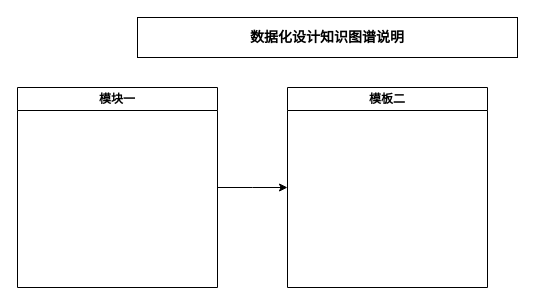
Above: 数据化建设知识图谱-1.drawio in Nicole-ye-90/DPM (draw.io), before the change. Source tidied: cells renumbered, new cells numbered last; positions are measured from the earlier drawing's top-left corner, leaving out a move shared by most shapes. Both pictures are drawn from the tidied source at 100%, with x=0, y=0 at pixel (17, 17).
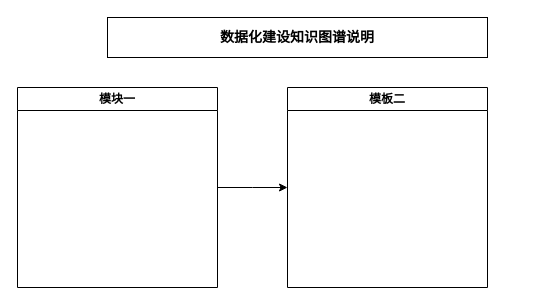
The same page after the edit.

Commit message (it also covers changes not shown here):
更新数据化建设知识图谱-1.drawio

What changed in the source:
```diff
@@
 <mxGraphModel>
   <root>
     <mxCell id="0" />
     <mxCell id="1" parent="0" />
-    <mxCell id="2" value="&lt;font style=&quot;vertical-align: inherit; font-size: 14px;&quot;&gt;&lt;font style=&quot;vertical-align: inherit; font-size: 14px;&quot;&gt;&lt;font style=&quot;vertical-align: inherit; font-size: 14px;&quot;&gt;&lt;font style=&quot;vertical-align: inherit; font-size: 14px;&quot;&gt;&lt;font style=&quot;vertical-align: inherit; font-size: 14px;&quot;&gt;&lt;font style=&quot;vertical-align: inherit; font-size: 14px;&quot;&gt;数据化设计知识图谱说明&lt;/font&gt;&lt;/font&gt;&lt;/font&gt;&lt;/font&gt;&lt;/font&gt;&lt;/font&gt;" style="rounded=0;whiteSpace=wrap;html=1;fontSize=14;fontStyle=1;" parent="1" vertex="1">
-      <mxGeometry x="120" width="380" height="40" as="geometry" />
+    <mxCell id="2" value="&lt;font style=&quot;vertical-align: inherit; font-size: 14px;&quot;&gt;&lt;font style=&quot;vertical-align: inherit; font-size: 14px;&quot;&gt;&lt;font style=&quot;vertical-align: inherit; font-size: 14px;&quot;&gt;&lt;font style=&quot;vertical-align: inherit; font-size: 14px;&quot;&gt;&lt;font style=&quot;vertical-align: inherit; font-size: 14px;&quot;&gt;&lt;font style=&quot;vertical-align: inherit; font-size: 14px;&quot;&gt;数据化建设知识图谱说明&lt;/font&gt;&lt;/font&gt;&lt;/font&gt;&lt;/font&gt;&lt;/font&gt;&lt;/font&gt;" style="rounded=0;whiteSpace=wrap;html=1;fontSize=14;fontStyle=1;" parent="1" vertex="1">
+      <mxGeometry x="90" width="380" height="40" as="geometry" />
     </mxCell>
     <mxCell id="3" style="edgeStyle=orthogonalEdgeStyle;rounded=0;jettySize=auto;html=1;" parent="1" edge="1" source="4">
       <mxGeometry relative="1" as="geometry">
         <mxPoint x="270" y="170" as="targetPoint" />
       </mxGeometry>
     </mxCell>
     <mxCell id="4" value="模块一" style="swimlane;whiteSpace=wrap;html=1;" parent="1" vertex="1">
       <mxGeometry y="70" width="200" height="200" as="geometry" />
     </mxCell>
     <mxCell id="5" value="模板二" style="swimlane;whiteSpace=wrap;html=1;" parent="1" vertex="1">
       <mxGeometry x="270" y="70" width="200" height="200" as="geometry" />
     </mxCell>
   </root>
 </mxGraphModel>
```
